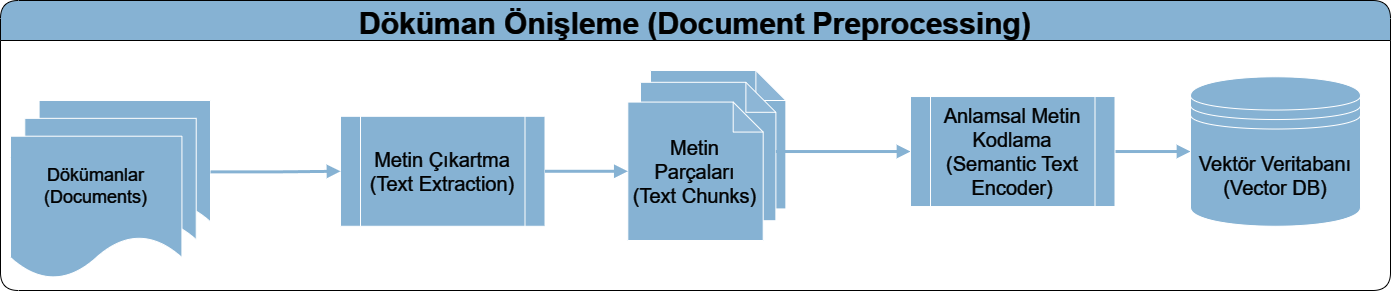
The draw.io diagram rag-pdf-tr-workflow-Preproc.png in mgoksu/Chat-PDF-for-turkish, before a commit. Source tidied: cells renumbered, new cells last; positions are measured from the earlier drawing's top-left corner, leaving out a move shared by most shapes. Source of this version:
```xml
<mxGraphModel>
  <root>
    <mxCell id="0" />
    <mxCell id="1" parent="0" />
    <mxCell id="2" value="Döküman Önişleme (Document Preprocessing)" style="swimlane;shadow=0;align=center;verticalAlign=middle;spacing=6;fontFamily=Helvetica;fontSize=30;fontColor=#FFFFFF;fontStyle=1;fillColor=#2f5b7c;fillStyle=auto;gradientColor=none;rounded=1;glass=0;startSize=40;swimlaneFillColor=none;strokeColor=#FFFFFF;" parent="1" vertex="1">
      <mxGeometry width="1390" height="290" as="geometry" />
    </mxCell>
    <mxCell id="3" style="shape=note;whiteSpace=wrap;html=1;backgroundOutline=1;darkOpacity=0.05;shadow=0;align=center;verticalAlign=middle;spacing=6;fontFamily=Helvetica;fontSize=20;fontColor=#FFFFFF;fontStyle=0;fillColor=#2f5b7c;" parent="2" vertex="1">
      <mxGeometry x="650" y="70" width="135.4" height="138.4" as="geometry" />
    </mxCell>
    <mxCell id="4" style="shape=note;whiteSpace=wrap;html=1;backgroundOutline=1;darkOpacity=0.05;shadow=0;align=center;verticalAlign=middle;spacing=6;fontFamily=Helvetica;fontSize=20;fontColor=#FFFFFF;fontStyle=0;fillColor=#2f5b7c;" parent="2" vertex="1">
      <mxGeometry x="640" y="81.8" width="135.4" height="138.4" as="geometry" />
    </mxCell>
    <mxCell id="5" value="Metin Parçaları&lt;br&gt;(Text Chunks)" style="shape=note;whiteSpace=wrap;html=1;backgroundOutline=1;darkOpacity=0.05;shadow=0;align=center;verticalAlign=middle;spacing=6;fontFamily=Helvetica;fontSize=20;fontColor=#FFFFFF;fontStyle=0;fillColor=#2f5b7c;" parent="2" vertex="1">
      <mxGeometry x="627.3" y="101.6" width="135.4" height="138.4" as="geometry" />
    </mxCell>
    <mxCell id="6" style="group;labelBackgroundColor=none;fontSize=20;" parent="1" vertex="1">
      <mxGeometry x="10" y="100" width="200" height="178.5" as="geometry" />
    </mxCell>
    <mxCell id="7" style="shape=document;whiteSpace=wrap;html=1;boundedLbl=1;shadow=0;align=center;verticalAlign=middle;spacing=6;fontFamily=Helvetica;fontSize=12;fontColor=#FFFFFF;fontStyle=0;fillColor=#2f5b7c;gradientColor=none;" parent="6" vertex="1">
      <mxGeometry x="28.6" width="171.4" height="142.8" as="geometry" />
    </mxCell>
    <mxCell id="8" style="shape=document;whiteSpace=wrap;html=1;boundedLbl=1;shadow=0;align=center;verticalAlign=middle;spacing=6;fontFamily=Helvetica;fontSize=12;fontColor=#FFFFFF;fontStyle=0;fillColor=#2f5b7c;gradientColor=none;" parent="6" vertex="1">
      <mxGeometry x="14.3" y="17.9" width="171.4" height="142.8" as="geometry" />
    </mxCell>
    <mxCell id="9" value="&lt;font style=&quot;font-size: 18px;&quot;&gt;Dökümanlar&lt;br&gt;(Documents)&lt;/font&gt;" style="shape=document;whiteSpace=wrap;html=1;boundedLbl=1;shadow=0;align=center;verticalAlign=middle;spacing=6;fontFamily=Helvetica;fontSize=12;fontColor=#FFFFFF;fontStyle=0;fillColor=#2f5b7c;gradientColor=none;" parent="6" vertex="1">
      <mxGeometry y="35.7" width="171.4" height="142.8" as="geometry" />
    </mxCell>
    <mxCell id="10" style="edgeStyle=orthogonalEdgeStyle;rounded=1;jettySize=auto;html=1;strokeColor=#2F5B7C;strokeWidth=3;align=center;verticalAlign=middle;fontFamily=Helvetica;fontSize=20;fontColor=#FFFFFF;fontStyle=0;labelBackgroundColor=default;endArrow=block;endFill=1;entryX=0;entryY=0.5;entryDx=0;entryDy=0;" parent="1" edge="1" source="4" target="15">
      <mxGeometry relative="1" as="geometry" />
    </mxCell>
    <mxCell id="11" value="Metin Çıkartma&lt;br&gt;(Text Extraction)" style="shape=process;whiteSpace=wrap;html=1;backgroundOutline=1;shadow=0;align=center;verticalAlign=middle;spacing=6;fontFamily=Helvetica;fontSize=20;fontColor=#FFFFFF;fontStyle=0;fillColor=#2f5b7c;" parent="1" vertex="1">
      <mxGeometry x="340" y="115.8" width="204.5" height="110" as="geometry" />
    </mxCell>
    <mxCell id="12" style="edgeStyle=orthogonalEdgeStyle;rounded=1;jettySize=auto;html=1;exitX=1;exitY=0.5;exitDx=0;exitDy=0;entryX=0;entryY=0.5;entryDx=0;entryDy=0;strokeColor=#2F5B7C;strokeWidth=3;align=center;verticalAlign=middle;fontFamily=Helvetica;fontSize=20;fontColor=#FFFFFF;fontStyle=0;labelBackgroundColor=default;endArrow=block;endFill=1;" parent="1" edge="1" source="7" target="11">
      <mxGeometry relative="1" as="geometry" />
    </mxCell>
    <mxCell id="13" style="edgeStyle=orthogonalEdgeStyle;rounded=1;jettySize=auto;html=1;entryX=0;entryY=0.5;entryDx=0;entryDy=0;entryPerimeter=0;strokeColor=#2F5B7C;strokeWidth=3;align=center;verticalAlign=middle;fontFamily=Helvetica;fontSize=20;fontColor=#FFFFFF;fontStyle=0;labelBackgroundColor=default;endArrow=block;endFill=1;" parent="1" edge="1" source="11" target="5">
      <mxGeometry relative="1" as="geometry" />
    </mxCell>
    <mxCell id="14" style="edgeStyle=orthogonalEdgeStyle;rounded=1;jettySize=auto;html=1;strokeColor=#2F5B7C;strokeWidth=3;align=center;verticalAlign=middle;fontFamily=Helvetica;fontSize=20;fontColor=#FFFFFF;fontStyle=0;labelBackgroundColor=default;endArrow=block;endFill=1;entryX=0;entryY=0.5;entryDx=0;entryDy=0;" parent="1" edge="1" source="15" target="16">
      <mxGeometry relative="1" as="geometry" />
    </mxCell>
    <mxCell id="15" value="Anlamsal Metin Kodlama&lt;br&gt;(Semantic Text Encoder)" style="shape=process;whiteSpace=wrap;html=1;backgroundOutline=1;shadow=0;align=center;verticalAlign=middle;spacing=6;fontFamily=Helvetica;fontSize=20;fontColor=#FFFFFF;fontStyle=0;fillColor=#2f5b7c;" parent="1" vertex="1">
      <mxGeometry x="910" y="96" width="204.5" height="110" as="geometry" />
    </mxCell>
    <mxCell id="16" value="Vektör Veritabanı&lt;br&gt;(Vector DB)" style="shape=datastore;whiteSpace=wrap;html=1;shadow=0;align=center;verticalAlign=middle;spacing=6;fontFamily=Helvetica;fontSize=20;fontColor=#FFFFFF;fontStyle=0;fillColor=#2f5b7c;" parent="1" vertex="1">
      <mxGeometry x="1190" y="76.3" width="170" height="149.5" as="geometry" />
    </mxCell>
  </root>
</mxGraphModel>
```
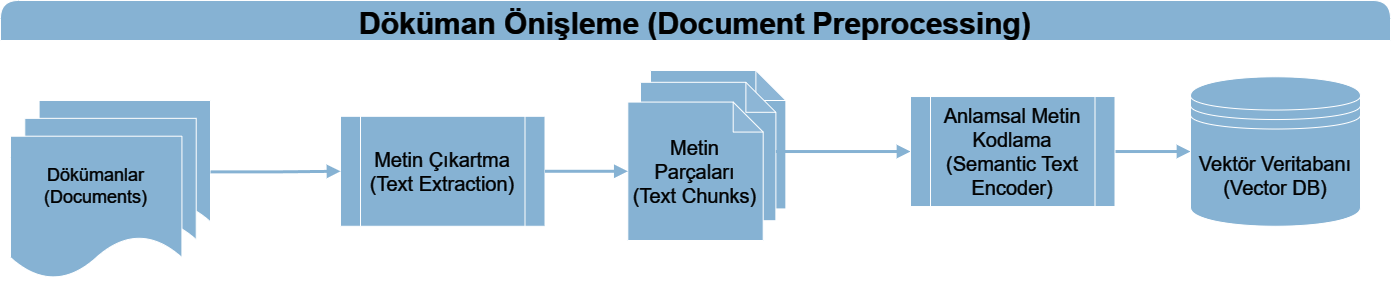
After the change.

Change to the diagram source:
```diff
@@ -2,7 +2,7 @@
   <root>
     <mxCell id="0" />
     <mxCell id="1" parent="0" />
-    <mxCell id="2" value="Döküman Önişleme (Document Preprocessing)" style="swimlane;shadow=0;align=center;verticalAlign=middle;spacing=6;fontFamily=Helvetica;fontSize=30;fontColor=#FFFFFF;fontStyle=1;fillColor=#2f5b7c;fillStyle=auto;gradientColor=none;rounded=1;glass=0;startSize=40;swimlaneFillColor=none;strokeColor=#FFFFFF;" parent="1" vertex="1">
+    <mxCell id="2" value="Döküman Önişleme (Document Preprocessing)" style="swimlane;shadow=0;align=center;verticalAlign=middle;spacing=6;fontFamily=Helvetica;fontSize=30;fontColor=#FFFFFF;fontStyle=1;fillColor=#2f5b7c;fillStyle=auto;gradientColor=none;rounded=1;glass=0;startSize=40;swimlaneFillColor=none;strokeColor=default;" parent="1" vertex="1">
       <mxGeometry width="1390" height="290" as="geometry" />
     </mxCell>
     <mxCell id="3" style="shape=note;whiteSpace=wrap;html=1;backgroundOutline=1;darkOpacity=0.05;shadow=0;align=center;verticalAlign=middle;spacing=6;fontFamily=Helvetica;fontSize=20;fontColor=#FFFFFF;fontStyle=0;fillColor=#2f5b7c;" parent="2" vertex="1">
```
